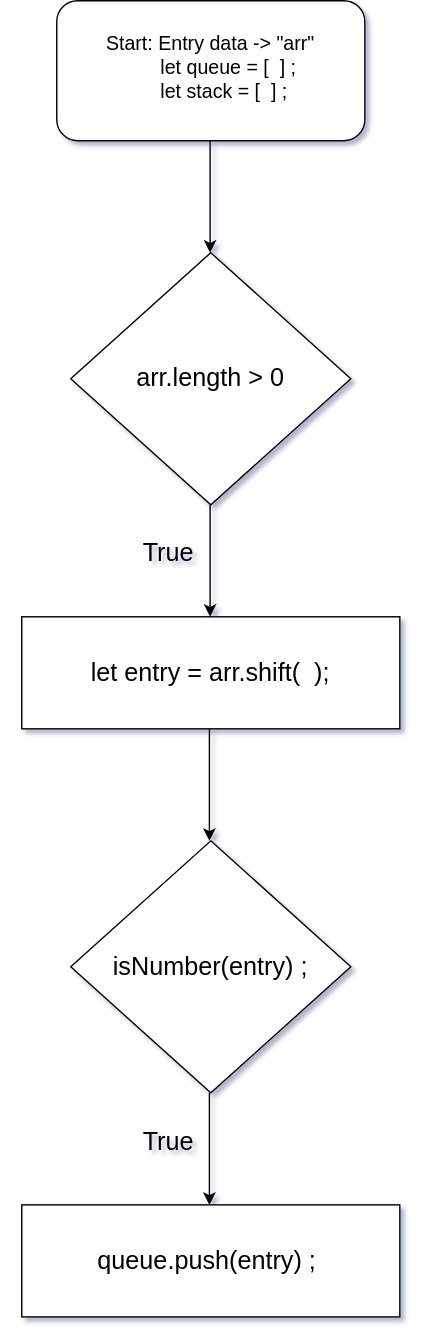
Before: Untitled Diagram.drawio.svg, a diagram exported from draw.io (jcgm3205/jcgm3205). Source tidied: cells renumbered, new cells last; positions are measured from the earlier drawing's top-left corner, leaving out a move shared by most shapes.
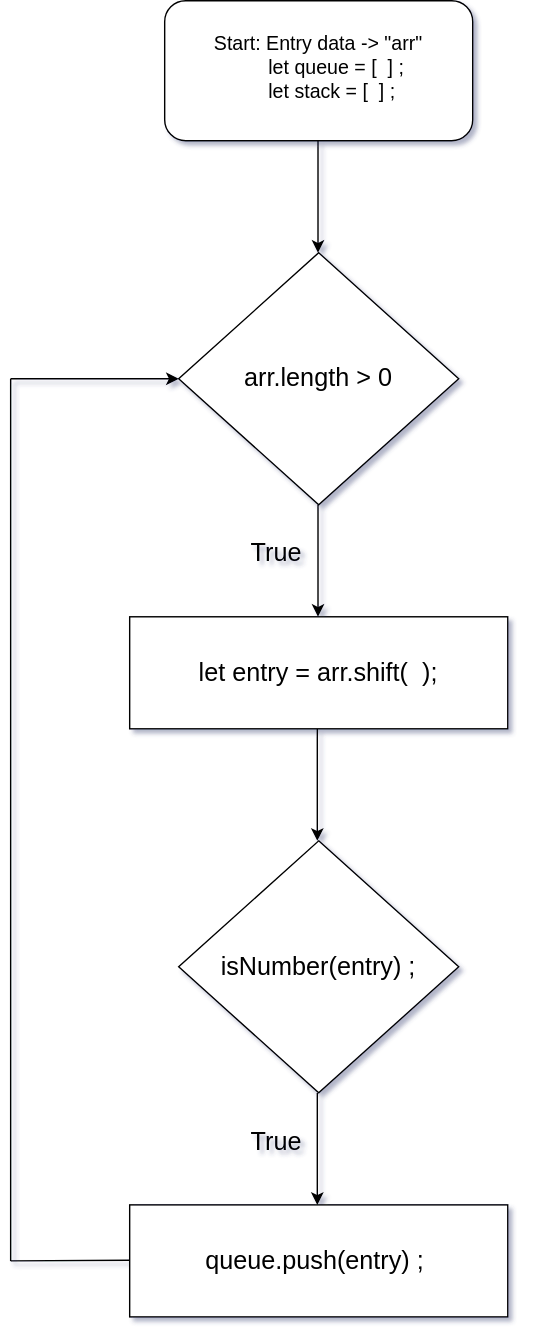
After the change.

Change to the diagram source:
```diff
@@ -62,5 +62,22 @@
     <mxCell id="17" value="queue.push(entry) ;&amp;nbsp;" style="text;html=1;strokeColor=none;fillColor=none;align=center;verticalAlign=middle;whiteSpace=wrap;rounded=0;fontSize=18;" parent="1" vertex="1">
       <mxGeometry x="50" y="880" width="200" height="40" as="geometry" />
     </mxCell>
+    <mxCell id="18" style="endArrow=none;html=1;rounded=0;fontSize=18;" parent="1" edge="1">
+      <mxGeometry relative="1" as="geometry">
+        <mxPoint x="-70" y="900" as="sourcePoint" />
+        <mxPoint x="15" y="899.5" as="targetPoint" />
+      </mxGeometry>
+    </mxCell>
+    <mxCell id="19" style="endArrow=none;html=1;rounded=0;fontSize=18;" parent="1" edge="1">
+      <mxGeometry relative="1" as="geometry">
+        <mxPoint x="-70" y="900" as="sourcePoint" />
+        <mxPoint x="-70" y="270" as="targetPoint" />
+      </mxGeometry>
+    </mxCell>
+    <mxCell id="20" style="endArrow=classic;html=1;rounded=0;fontSize=18;" parent="1" edge="1" target="5">
+      <mxGeometry relative="1" as="geometry">
+        <mxPoint x="-70" y="270" as="sourcePoint" />
+      </mxGeometry>
+    </mxCell>
   </root>
 </mxGraphModel>
```
